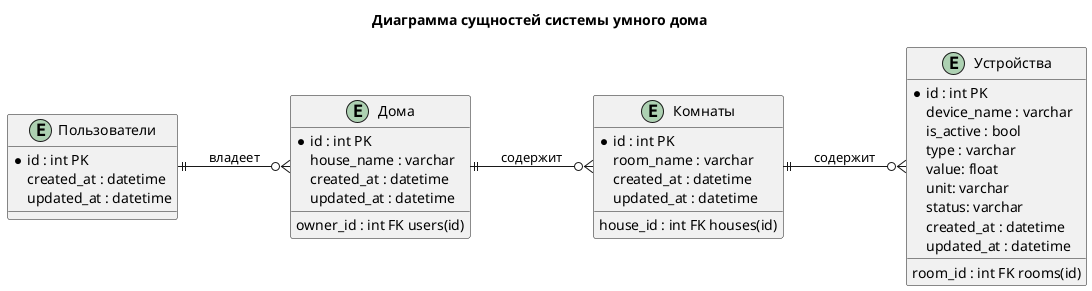
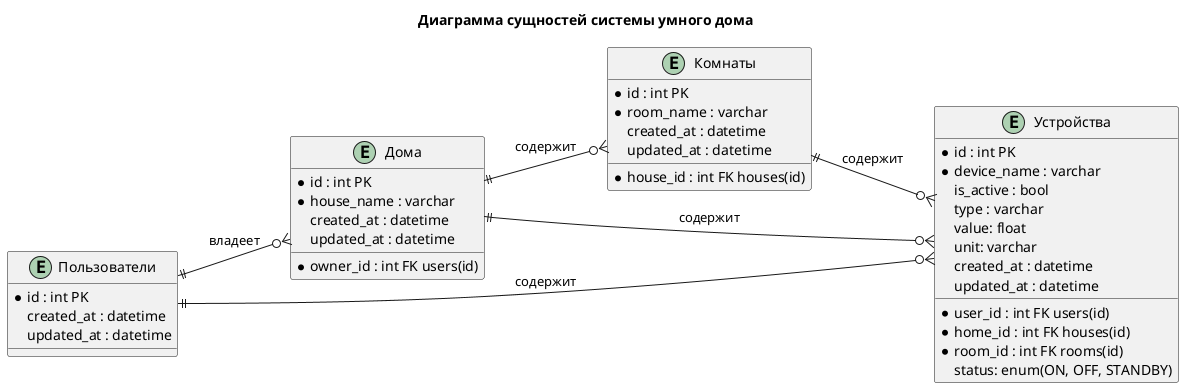
@startuml
title Диаграмма сущностей системы умного дома

left to right direction

entity "Пользователи" as users {
* id : int PK
created_at : datetime
updated_at : datetime
}

entity "Дома" as houses {
* id : int PK
- house_name : varchar
- owner_id : int FK users(id)
+ * house_name : varchar
+ * owner_id : int FK users(id)
created_at : datetime
updated_at : datetime
}

entity "Комнаты" as rooms {
* id : int PK
- room_name : varchar
- house_id : int FK houses(id)
+ * room_name : varchar
+ * house_id : int FK houses(id)
created_at : datetime
updated_at : datetime
}

entity "Устройства" as devices {
* id : int PK
- device_name : varchar
- room_id : int FK rooms(id)
+ * device_name : varchar
+ * user_id : int FK users(id)
+ * home_id : int FK houses(id)
+ * room_id : int FK rooms(id)
is_active : bool
type : varchar
value: float
unit: varchar
- status: varchar
+ status: enum(ON, OFF, STANDBY)
created_at : datetime
updated_at : datetime
}

users ||--o{ houses : владеет
houses ||--o{ rooms : содержит
+ users ||--o{ devices : содержит
+ houses ||--o{ devices : содержит
rooms ||--o{ devices : содержит

@enduml
